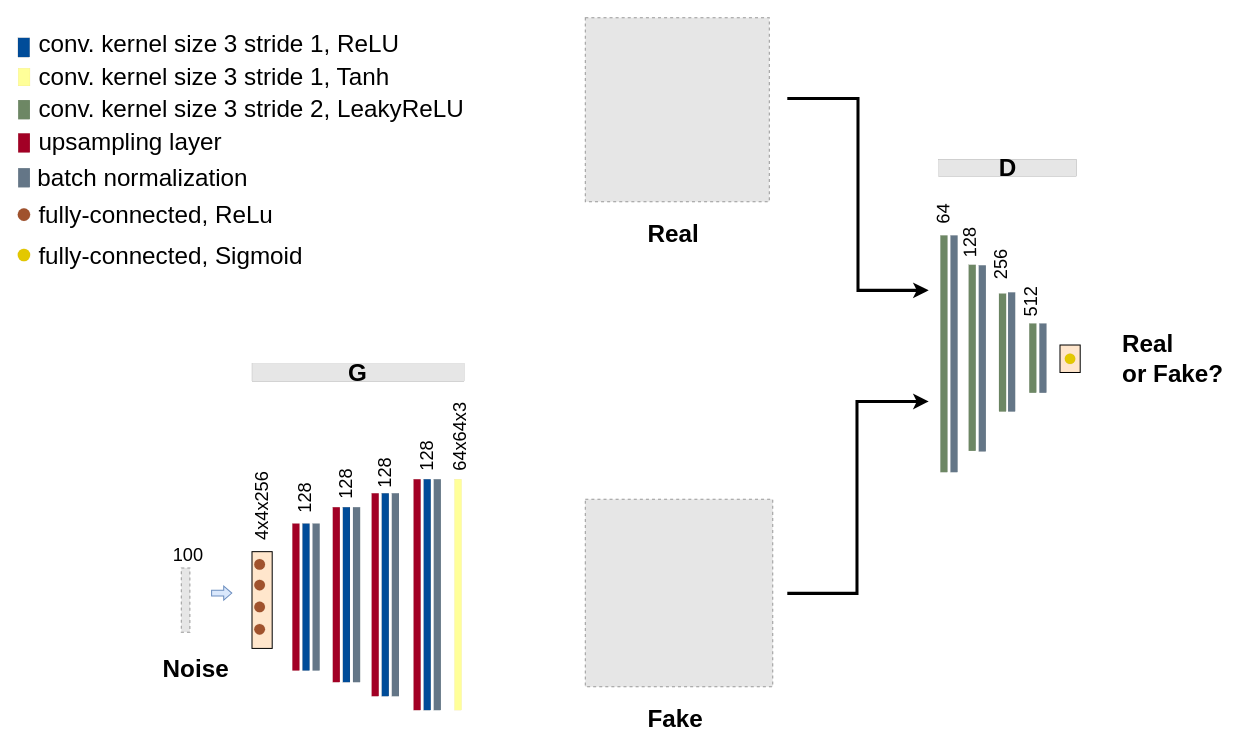
This is imgs/workflow.drawio from GiuseppeCannata/GAN-skin-cancer, a draw.io file, before an edit. Source tidied: cells renumbered, new cells numbered last; positions are measured from the earlier drawing's top-left corner, leaving out a move shared by most shapes. Both pictures are drawn from the tidied source at 101%, with x=0, y=0 at pixel (17, 17). Pictures stored in the file or linked from it are replaced by grey dashed boxes.
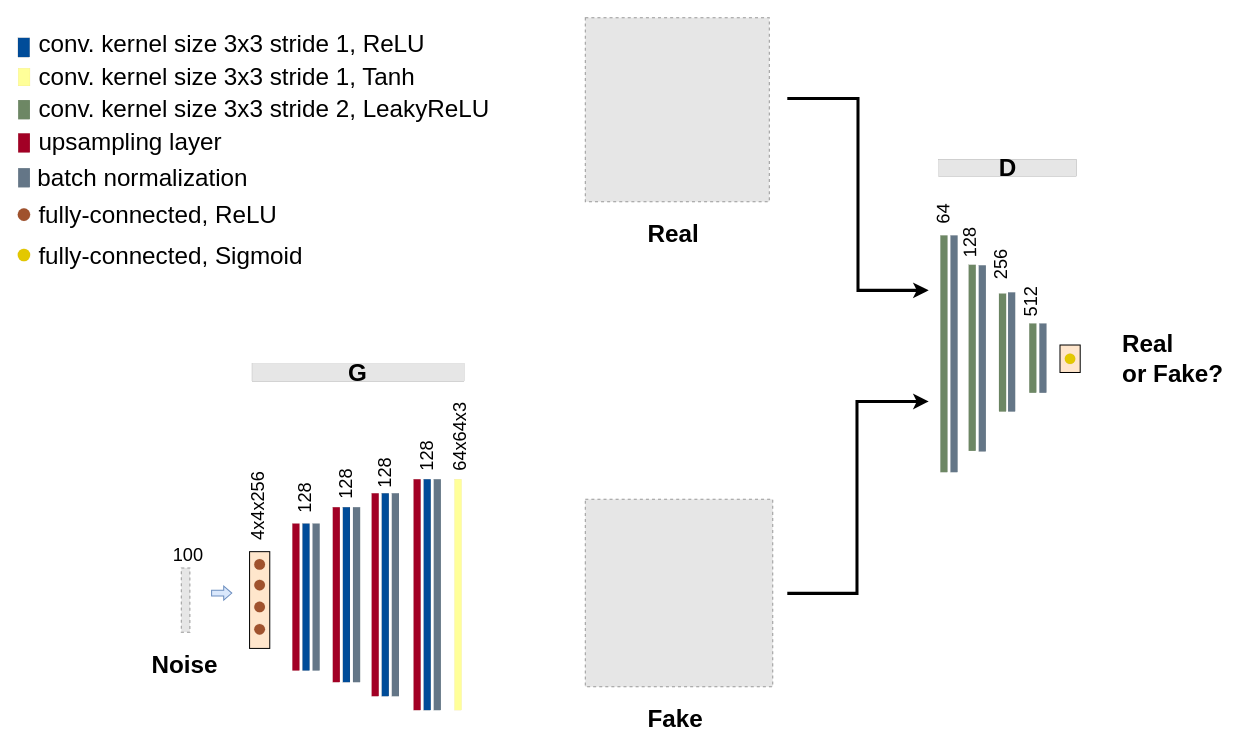
After the change.

Commit message (it also covers changes not shown here):
Modifica immagine workflow

Unchanged cells that the change refers to:
```xml
<mxCell id="5" style="group;" parent="1" vertex="1">
  <mxGeometry x="232" y="528.7" width="20" height="95.8" as="geometry" />
</mxCell>
```

Diff of the diagram source:
```diff
@@
     <mxCell id="6" style="rounded=0;whiteSpace=wrap;html=1;shadow=0;sketch=0;fontSize=17;strokeColor=#000000;strokeWidth=1;fillColor=#ffe6cc;" parent="5" vertex="1">
-      <mxGeometry width="20" height="95.8" as="geometry" />
+      <mxGeometry x="-2.4" width="20" height="95.8" as="geometry" />
     </mxCell>
@@
     <mxCell id="16" value="&lt;span style=&quot;font-size: 18px&quot;&gt;4x4x256&lt;/span&gt;" style="text;html=1;strokeColor=none;fillColor=none;align=left;verticalAlign=middle;whiteSpace=wrap;rounded=0;shadow=0;sketch=0;fontSize=8;rotation=-90;" parent="1" vertex="1">
-      <mxGeometry x="237" y="511.1" width="10" height="6.9" as="geometry" />
+      <mxGeometry x="233" y="514" width="10" height="1.1" as="geometry" />
     </mxCell>
@@
     <mxCell id="57" value="&lt;span style=&quot;font-size: 24px&quot;&gt;&lt;b&gt;Noise&lt;/b&gt;&lt;/span&gt;" style="text;html=1;strokeColor=none;fillColor=none;align=left;verticalAlign=middle;whiteSpace=wrap;rounded=0;shadow=0;sketch=0;" parent="1" vertex="1">
-      <mxGeometry x="142" y="640" width="70" height="10" as="geometry" />
+      <mxGeometry x="131.3" y="636.4" width="70" height="10" as="geometry" />
     </mxCell>
@@
-    <mxCell id="60" value="&lt;font style=&quot;font-size: 24px&quot;&gt;conv. kernel size 3 stride 1, ReLU&lt;/font&gt;" style="text;html=1;strokeColor=none;fillColor=none;align=left;verticalAlign=middle;whiteSpace=wrap;rounded=0;shadow=0;sketch=0;" parent="1" vertex="1">
+    <mxCell id="60" value="&lt;font style=&quot;font-size: 24px&quot;&gt;conv. kernel size 3x3 stride 1, ReLU&lt;/font&gt;" style="text;html=1;strokeColor=none;fillColor=none;align=left;verticalAlign=middle;whiteSpace=wrap;rounded=0;shadow=0;sketch=0;" parent="1" vertex="1">
       <mxGeometry x="19" y="20.5" width="455.5" height="10" as="geometry" />
     </mxCell>
@@
-    <mxCell id="66" value="&lt;font style=&quot;font-size: 24px&quot;&gt;conv. kernel size 3 stride 2, LeakyReLU&lt;/font&gt;" style="text;html=1;strokeColor=none;fillColor=none;align=left;verticalAlign=middle;whiteSpace=wrap;rounded=0;shadow=0;sketch=0;" parent="1" vertex="1">
+    <mxCell id="66" value="&lt;font style=&quot;font-size: 24px&quot;&gt;conv. kernel size 3x3 stride 2, LeakyReLU&lt;/font&gt;" style="text;html=1;strokeColor=none;fillColor=none;align=left;verticalAlign=middle;whiteSpace=wrap;rounded=0;shadow=0;sketch=0;" parent="1" vertex="1">
       <mxGeometry x="19.2" y="86.1" width="551.8" height="10" as="geometry" />
     </mxCell>
@@
-    <mxCell id="70" value="&lt;font style=&quot;font-size: 24px&quot;&gt;fully-connected, ReLu&lt;/font&gt;" style="text;html=1;strokeColor=none;fillColor=none;align=left;verticalAlign=middle;whiteSpace=wrap;rounded=0;shadow=0;sketch=0;" parent="1" vertex="1">
+    <mxCell id="70" value="&lt;font style=&quot;font-size: 24px&quot;&gt;fully-connected, ReLU&lt;/font&gt;" style="text;html=1;strokeColor=none;fillColor=none;align=left;verticalAlign=middle;whiteSpace=wrap;rounded=0;shadow=0;sketch=0;" parent="1" vertex="1">
       <mxGeometry x="18.7" y="190.6" width="350.3" height="10" as="geometry" />
     </mxCell>
@@
-    <mxCell id="73" value="&lt;span style=&quot;font-size: 24px&quot;&gt;conv. kernel size 3 stride 1, Tanh&lt;/span&gt;" style="text;html=1;strokeColor=none;fillColor=none;align=left;verticalAlign=middle;whiteSpace=wrap;rounded=0;shadow=0;sketch=0;" parent="1" vertex="1">
+    <mxCell id="73" value="&lt;span style=&quot;font-size: 24px&quot;&gt;conv. kernel size 3x3 stride 1, Tanh&lt;/span&gt;" style="text;html=1;strokeColor=none;fillColor=none;align=left;verticalAlign=middle;whiteSpace=wrap;rounded=0;shadow=0;sketch=0;" parent="1" vertex="1">
       <mxGeometry x="19.2" y="53.8" width="403" height="10" as="geometry" />
     </mxCell>
```
